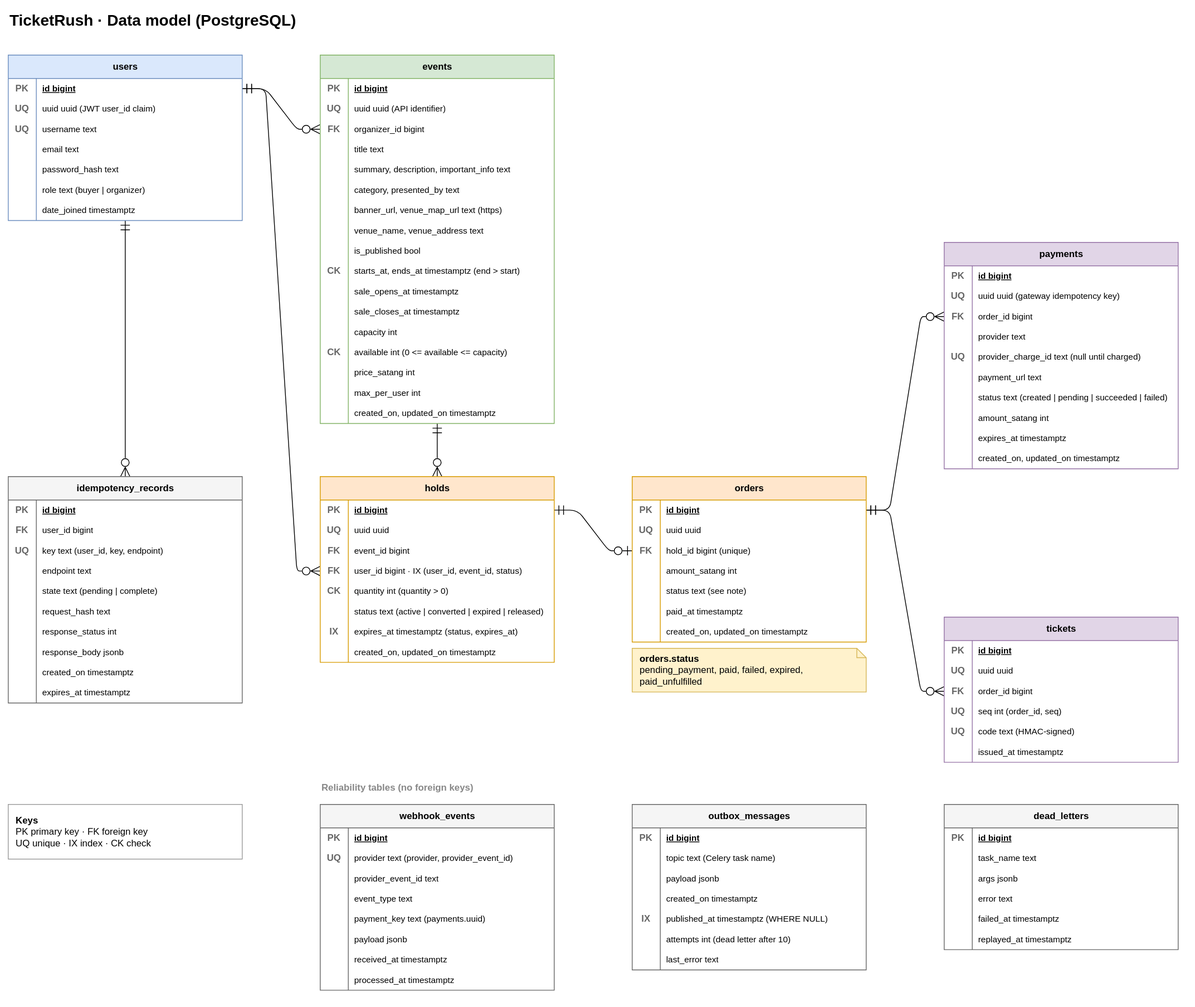
NaphatJM/ticketrush keeps this draw.io diagram as docs/diagrams/data-model.drawio.svg. Above is the earlier version. Source tidied: cells renumbered, new cells last; positions are measured from the earlier drawing's top-left corner, leaving out a move shared by most shapes.
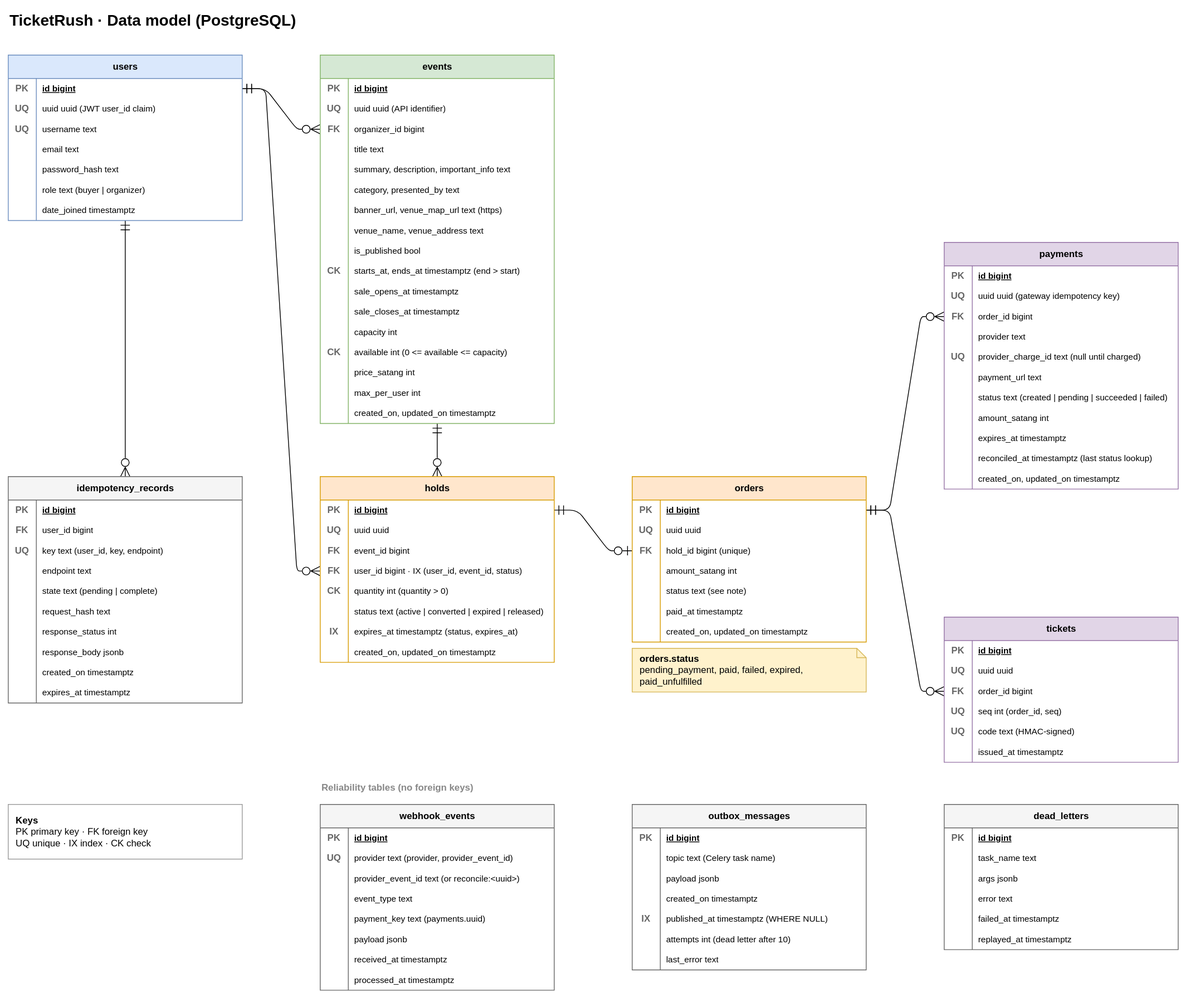
The same diagram one commit later.

Diff of the diagram source:
```diff
@@ -481,7 +481,7 @@
       <mxGeometry x="36" width="264" height="26" as="geometry" />
     </mxCell>
     <mxCell id="162" value="payments" style="shape=table;startSize=30;rowLines=0;fontStyle=1;align=center;html=1;fillColor=#e1d5e7;strokeColor=#9673a6;swimlaneFillColor=#ffffff;" parent="9" vertex="1">
-      <mxGeometry x="1200" y="300" width="300" height="290" as="geometry" />
+      <mxGeometry x="1200" y="300" width="300" height="316" as="geometry" />
     </mxCell>
     <mxCell id="163" style="shape=tableRow;horizontal=0;startSize=0;swimlaneHead=0;swimlaneBody=0;fillColor=none;top=0;left=0;right=0;bottom=0;html=1;" parent="162" vertex="1">
       <mxGeometry y="30" width="300" height="26" as="geometry" />
@@ -570,9 +570,18 @@
     <mxCell id="191" style="shape=partialRectangle;fillColor=none;top=0;left=0;bottom=0;right=0;fontStyle=1;overflow=hidden;html=1;fontColor=#666666;" parent="190" vertex="1">
       <mxGeometry width="36" height="26" as="geometry" />
     </mxCell>
-    <mxCell id="192" value="created_on, updated_on timestamptz" style="shape=partialRectangle;fillColor=none;top=0;left=0;bottom=0;right=0;align=left;spacingLeft=6;overflow=hidden;html=1;fontSize=11;" parent="190" vertex="1">
+    <mxCell id="192" value="reconciled_at timestamptz  (last status lookup)" style="shape=partialRectangle;fillColor=none;top=0;left=0;bottom=0;right=0;align=left;spacingLeft=6;overflow=hidden;html=1;fontSize=11;" parent="190" vertex="1">
       <mxGeometry x="36" width="264" height="26" as="geometry" />
     </mxCell>
+    <mxCell id="282" style="shape=tableRow;horizontal=0;startSize=0;swimlaneHead=0;swimlaneBody=0;fillColor=none;top=0;left=0;right=0;bottom=0;html=1;" parent="162" vertex="1">
+      <mxGeometry y="290" width="300" height="26" as="geometry" />
+    </mxCell>
+    <mxCell id="283" style="shape=partialRectangle;fillColor=none;top=0;left=0;bottom=0;right=0;fontStyle=1;overflow=hidden;html=1;fontColor=#666666;" parent="282" vertex="1">
+      <mxGeometry width="36" height="26" as="geometry" />
+    </mxCell>
+    <mxCell id="284" value="created_on, updated_on timestamptz" style="shape=partialRectangle;fillColor=none;top=0;left=0;bottom=0;right=0;align=left;spacingLeft=6;overflow=hidden;html=1;fontSize=11;" parent="282" vertex="1">
+      <mxGeometry x="36" width="264" height="26" as="geometry" />
+    </mxCell>
     <mxCell id="193" value="tickets" style="shape=table;startSize=30;rowLines=0;fontStyle=1;align=center;html=1;fillColor=#e1d5e7;strokeColor=#9673a6;swimlaneFillColor=#ffffff;" parent="9" vertex="1">
       <mxGeometry x="1200" y="780" width="300" height="186" as="geometry" />
     </mxCell>
@@ -657,7 +666,7 @@
     <mxCell id="220" style="shape=partialRectangle;fillColor=none;top=0;left=0;bottom=0;right=0;fontStyle=1;overflow=hidden;html=1;fontColor=#666666;" parent="219" vertex="1">
       <mxGeometry width="36" height="26" as="geometry" />
     </mxCell>
-    <mxCell id="221" value="provider_event_id text" style="shape=partialRectangle;fillColor=none;top=0;left=0;bottom=0;right=0;align=left;spacingLeft=6;overflow=hidden;html=1;fontSize=11;" parent="219" vertex="1">
+    <mxCell id="221" value="provider_event_id text  (or reconcile:&amp;lt;uuid&amp;gt;)" style="shape=partialRectangle;fillColor=none;top=0;left=0;bottom=0;right=0;align=left;spacingLeft=6;overflow=hidden;html=1;fontSize=11;" parent="219" vertex="1">
       <mxGeometry x="36" width="264" height="26" as="geometry" />
     </mxCell>
     <mxCell id="222" style="shape=tableRow;horizontal=0;startSize=0;swimlaneHead=0;swimlaneBody=0;fillColor=none;top=0;left=0;right=0;bottom=0;html=1;" parent="212" vertex="1">
```
